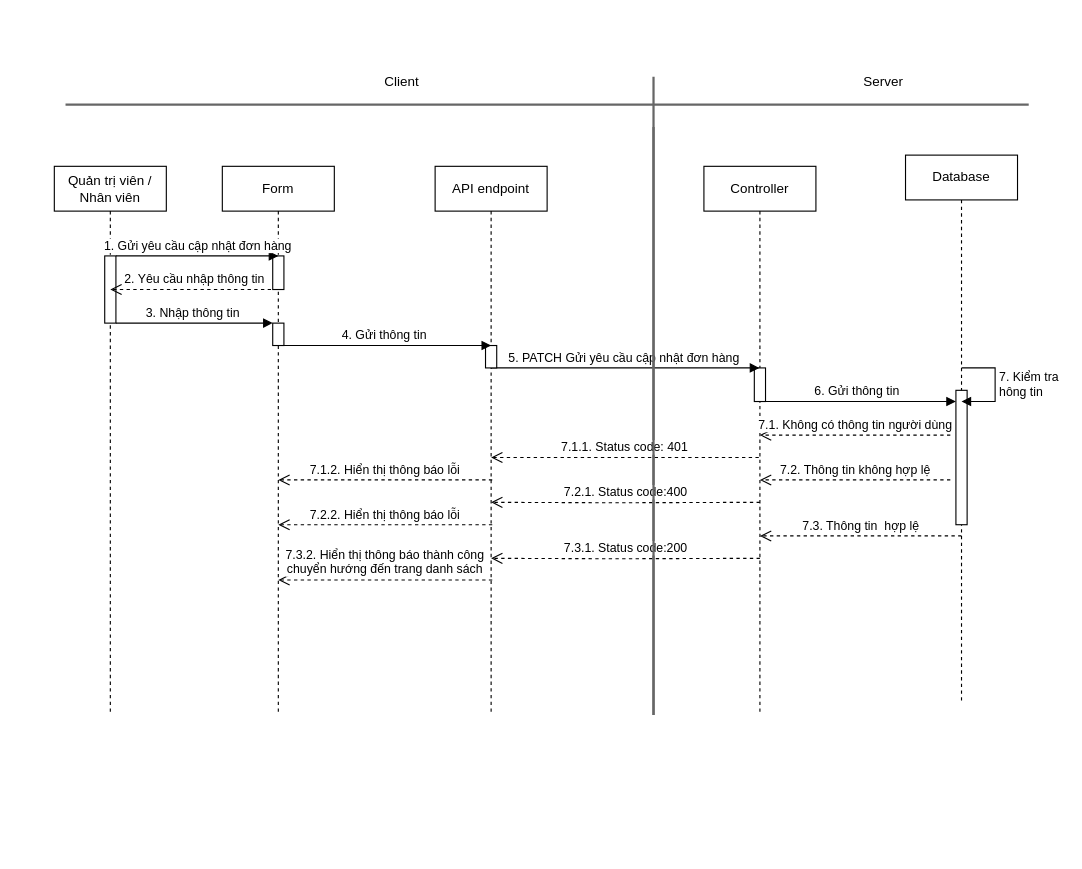
Above: page "Page-1" (1 of 4) of SD/SD_QUANLYDONHANG.drawio in hieuNV0871/da (draw.io), before the change. Source tidied: cells renumbered, new cells numbered last; positions are measured from the earlier drawing's top-left corner, leaving out a move shared by most shapes. Both pictures are drawn from the tidied source at 112%, with x=0, y=0 at pixel (54, 65).
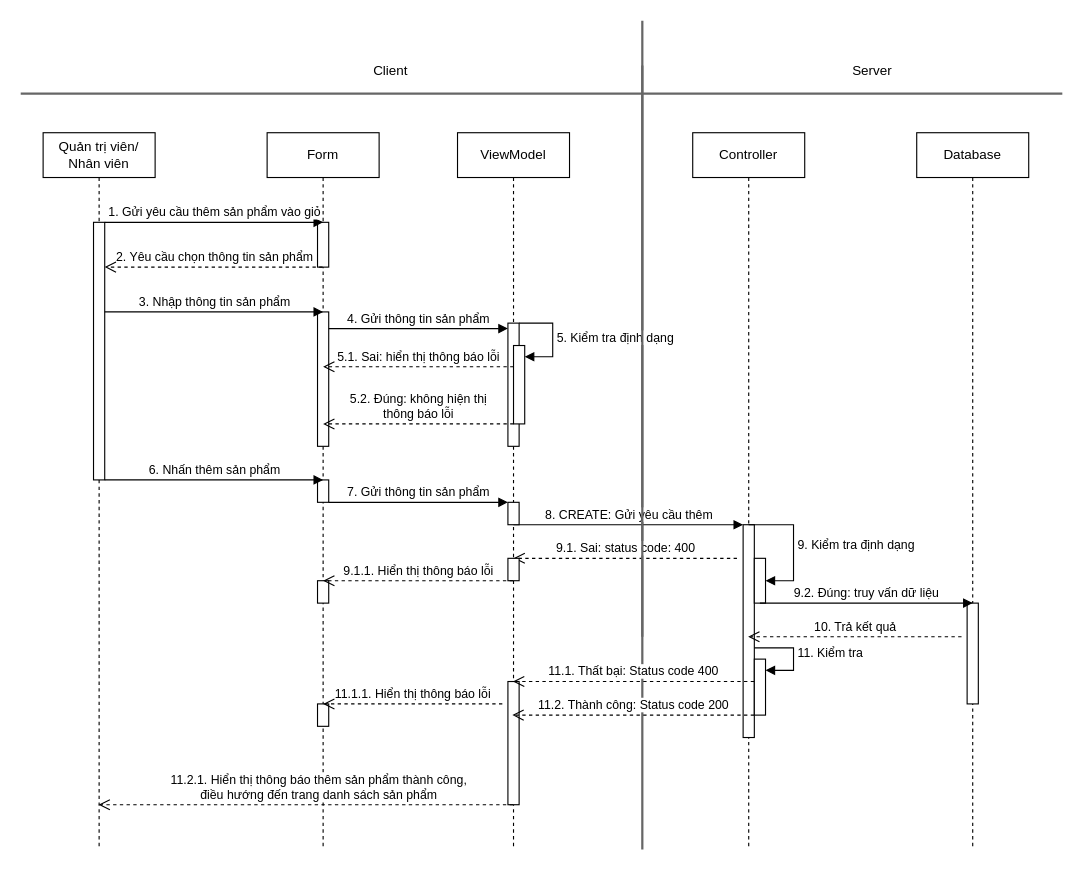
The same diagram, later.

What changed in the source:
```diff
@@
-    <mxCell id="2" value="Quản trị viên / Nhân viên" style="shape=umlLifeline;perimeter=lifelinePerimeter;whiteSpace=wrap;html=1;newEdgeStyle={&quot;curved&quot;:0,&quot;rounded&quot;:0};" parent="1" vertex="1">
-      <mxGeometry y="90" width="100" height="490" as="geometry" />
-    </mxCell>
-    <mxCell id="3" style="html=1;points=[[0,0,0,0,5],[0,1,0,0,-5],[1,0,0,0,5],[1,1,0,0,-5]];perimeter=orthogonalPerimeter;outlineConnect=0;targetShapes=umlLifeline;portConstraint=eastwest;newEdgeStyle={&quot;curved&quot;:0,&quot;rounded&quot;:0};" parent="2" vertex="1">
-      <mxGeometry x="45" y="80" width="10" height="60" as="geometry" />
-    </mxCell>
+    <mxCell id="34" style="line;strokeWidth=2;direction=south;html=1;fillColor=#f5f5f5;fontColor=#333333;strokeColor=#666666;" parent="1" vertex="1">
+      <mxGeometry x="520" y="-40" width="10" height="550" as="geometry" />
+    </mxCell>
+    <mxCell id="35" value="Quản trị viên/ Nhân viên" style="shape=umlLifeline;perimeter=lifelinePerimeter;whiteSpace=wrap;html=1;outlineConnect=0;portConstraint=eastwest;newEdgeStyle={&quot;curved&quot;:0,&quot;rounded&quot;:0};" parent="1" vertex="1">
+      <mxGeometry x="-10" y="60" width="100" height="640" as="geometry" />
+    </mxCell>
+    <mxCell id="36" style="html=1;points=[[0,0,0,0,5],[0,1,0,0,-5],[1,0,0,0,5],[1,1,0,0,-5]];perimeter=orthogonalPerimeter;outlineConnect=0;targetShapes=umlLifeline;portConstraint=eastwest;newEdgeStyle={&quot;curved&quot;:0,&quot;rounded&quot;:0};" parent="35" vertex="1">
+      <mxGeometry x="45" y="80" width="10" height="230" as="geometry" />
+    </mxCell>
     <mxCell id="4" value="Form" style="shape=umlLifeline;perimeter=lifelinePerimeter;whiteSpace=wrap;html=1;outlineConnect=0;portConstraint=eastwest;newEdgeStyle={&quot;curved&quot;:0,&quot;rounded&quot;:0};" parent="1" vertex="1">
-      <mxGeometry x="150" y="90" width="100" height="490" as="geometry" />
+      <mxGeometry x="190" y="60" width="100" height="640" as="geometry" />
     </mxCell>
-    <mxCell id="5" style="html=1;perimeter=orthogonalPerimeter;targetShapes=umlLifeline;newEdgeStyle={&quot;curved&quot;:0,&quot;rounded&quot;:0};" parent="4" vertex="1">
-      <mxGeometry x="45" y="80" width="10" height="30" as="geometry" />
-    </mxCell>
-    <mxCell id="6" style="html=1;points=[[0,0,0,0,5],[0,1,0,0,-5],[1,0,0,0,5],[1,1,0,0,-5]];perimeter=orthogonalPerimeter;outlineConnect=0;targetShapes=umlLifeline;portConstraint=eastwest;newEdgeStyle={&quot;curved&quot;:0,&quot;rounded&quot;:0};" parent="4" vertex="1">
-      <mxGeometry x="45" y="140" width="10" height="20" as="geometry" />
-    </mxCell>
+    <mxCell id="37" style="html=1;perimeter=orthogonalPerimeter;targetShapes=umlLifeline;newEdgeStyle={&quot;curved&quot;:0,&quot;rounded&quot;:0};" parent="4" vertex="1">
+      <mxGeometry x="45" y="80" width="10" height="40" as="geometry" />
+    </mxCell>
+    <mxCell id="38" style="html=1;points=[[0,0,0,0,5],[0,1,0,0,-5],[1,0,0,0,5],[1,1,0,0,-5]];perimeter=orthogonalPerimeter;outlineConnect=0;targetShapes=umlLifeline;portConstraint=eastwest;newEdgeStyle={&quot;curved&quot;:0,&quot;rounded&quot;:0};" parent="4" vertex="1">
+      <mxGeometry x="45" y="160" width="10" height="120" as="geometry" />
+    </mxCell>
+    <mxCell id="39" style="html=1;perimeter=orthogonalPerimeter;targetShapes=umlLifeline;newEdgeStyle={&quot;curved&quot;:0,&quot;rounded&quot;:0};" parent="4" vertex="1">
+      <mxGeometry x="45" y="310" width="10" height="20" as="geometry" />
+    </mxCell>
+    <mxCell id="40" style="html=1;perimeter=orthogonalPerimeter;targetShapes=umlLifeline;newEdgeStyle={&quot;curved&quot;:0,&quot;rounded&quot;:0};" parent="4" vertex="1">
+      <mxGeometry x="45" y="400" width="10" height="20" as="geometry" />
+    </mxCell>
+    <mxCell id="41" style="html=1;perimeter=orthogonalPerimeter;targetShapes=umlLifeline;newEdgeStyle={&quot;curved&quot;:0,&quot;rounded&quot;:0};" parent="4" vertex="1">
+      <mxGeometry x="45" y="510" width="10" height="20" as="geometry" />
+    </mxCell>
     <mxCell id="7" value="Controller" style="shape=umlLifeline;perimeter=lifelinePerimeter;whiteSpace=wrap;html=1;outlineConnect=0;portConstraint=eastwest;newEdgeStyle={&quot;curved&quot;:0,&quot;rounded&quot;:0};" parent="1" vertex="1">
-      <mxGeometry x="580" y="90" width="100" height="490" as="geometry" />
+      <mxGeometry x="570" y="60" width="100" height="640" as="geometry" />
     </mxCell>
-    <mxCell id="8" style="html=1;perimeter=orthogonalPerimeter;targetShapes=umlLifeline;newEdgeStyle={&quot;curved&quot;:0,&quot;rounded&quot;:0};" parent="7" vertex="1">
-      <mxGeometry x="45" y="180" width="10" height="30" as="geometry" />
-    </mxCell>
-    <mxCell id="9" value="2. Yêu cầu nhập thông tin" style="html=1;verticalAlign=bottom;endArrow=open;dashed=1;endSize=8;curved=0;rounded=0;" parent="1" edge="1">
-      <mxGeometry relative="1" as="geometry">
-        <mxPoint x="199.5" y="200" as="sourcePoint" />
-        <mxPoint x="50" y="200" as="targetPoint" />
-        <Array as="points">
-          <mxPoint x="100" y="200" />
-        </Array>
-      </mxGeometry>
-    </mxCell>
-    <mxCell id="10" value="3. Nhập thông tin&amp;nbsp;" style="html=1;verticalAlign=bottom;endArrow=block;curved=0;rounded=0;" parent="1" edge="1" source="3" target="6">
-      <mxGeometry relative="1" as="geometry" />
-    </mxCell>
-    <mxCell id="11" value="1. Gửi yêu cầu cập nhật đơn hàng" style="html=1;verticalAlign=bottom;endArrow=block;curved=0;rounded=0;" parent="1" edge="1" source="3">
-      <mxGeometry relative="1" as="geometry">
-        <mxPoint x="200" y="170" as="targetPoint" />
-      </mxGeometry>
-    </mxCell>
-    <mxCell id="12" value="5. PATCH Gửi yêu cầu cập nhật đơn hàng&amp;nbsp;" style="html=1;verticalAlign=bottom;endArrow=block;curved=0;rounded=0;" parent="1" edge="1" target="7">
-      <mxGeometry relative="1" as="geometry">
-        <mxPoint x="390" y="270" as="sourcePoint" />
-      </mxGeometry>
-    </mxCell>
+    <mxCell id="42" style="html=1;points=[[0,0,0,0,5],[0,1,0,0,-5],[1,0,0,0,5],[1,1,0,0,-5]];perimeter=orthogonalPerimeter;outlineConnect=0;targetShapes=umlLifeline;portConstraint=eastwest;newEdgeStyle={&quot;curved&quot;:0,&quot;rounded&quot;:0};" parent="7" vertex="1">
+      <mxGeometry x="45" y="350" width="10" height="190" as="geometry" />
+    </mxCell>
+    <mxCell id="43" value="9. Kiểm tra định dạng" style="html=1;align=left;spacingLeft=2;endArrow=block;rounded=0;edgeStyle=orthogonalEdgeStyle;curved=0;rounded=0;exitX=0.5;exitY=0;exitDx=0;exitDy=0;exitPerimeter=0;" parent="7" edge="1" source="42" target="44">
+      <mxGeometry relative="1" as="geometry">
+        <Array as="points">
+          <mxPoint x="90" y="350" />
+          <mxPoint x="90" y="400" />
+        </Array>
+      </mxGeometry>
+    </mxCell>
+    <mxCell id="44" style="html=1;points=[[0,0,0,0,5],[0,1,0,0,-5],[1,0,0,0,5],[1,1,0,0,-5]];perimeter=orthogonalPerimeter;outlineConnect=0;targetShapes=umlLifeline;portConstraint=eastwest;newEdgeStyle={&quot;curved&quot;:0,&quot;rounded&quot;:0};" parent="7" vertex="1">
+      <mxGeometry x="55" y="380" width="10" height="40" as="geometry" />
+    </mxCell>
+    <mxCell id="45" style="html=1;points=[[0,0,0,0,5],[0,1,0,0,-5],[1,0,0,0,5],[1,1,0,0,-5]];perimeter=orthogonalPerimeter;outlineConnect=0;targetShapes=umlLifeline;portConstraint=eastwest;newEdgeStyle={&quot;curved&quot;:0,&quot;rounded&quot;:0};" parent="7" vertex="1">
+      <mxGeometry x="55" y="470" width="10" height="50" as="geometry" />
+    </mxCell>
+    <mxCell id="46" value="11. Kiểm tra" style="html=1;align=left;spacingLeft=2;endArrow=block;rounded=0;edgeStyle=orthogonalEdgeStyle;curved=0;rounded=0;" parent="7" edge="1" target="45">
+      <mxGeometry relative="1" as="geometry">
+        <mxPoint x="55" y="460" as="sourcePoint" />
+        <Array as="points">
+          <mxPoint x="90" y="460" />
+          <mxPoint x="90" y="480" />
+        </Array>
+      </mxGeometry>
+    </mxCell>
+    <mxCell id="47" value="2. Yêu cầu chọn thông tin sản phẩm" style="html=1;verticalAlign=bottom;endArrow=open;dashed=1;endSize=8;curved=0;rounded=0;" parent="1" edge="1" source="4" target="36">
+      <mxGeometry relative="1" as="geometry">
+        <Array as="points">
+          <mxPoint x="120" y="180" />
+        </Array>
+      </mxGeometry>
+    </mxCell>
+    <mxCell id="48" value="3. Nhập thông tin sản phẩm" style="html=1;verticalAlign=bottom;endArrow=block;curved=0;rounded=0;" parent="1" edge="1" source="36">
+      <mxGeometry relative="1" as="geometry">
+        <mxPoint x="240" y="220" as="targetPoint" />
+      </mxGeometry>
+    </mxCell>
+    <mxCell id="49" value="1. Gửi yêu cầu thêm sản phẩm vào giỏ" style="html=1;verticalAlign=bottom;endArrow=block;curved=0;rounded=0;" parent="1" edge="1">
+      <mxGeometry relative="1" as="geometry">
+        <mxPoint x="45" y="140" as="sourcePoint" />
+        <mxPoint x="240" y="140" as="targetPoint" />
+      </mxGeometry>
+    </mxCell>
+    <mxCell id="50" value="8. CREATE: Gửi yêu cầu thêm" style="html=1;verticalAlign=bottom;endArrow=block;curved=0;rounded=0;" parent="1" edge="1">
+      <mxGeometry relative="1" as="geometry">
+        <mxPoint x="410" y="410" as="sourcePoint" />
+        <mxPoint x="615" y="410" as="targetPoint" />
+      </mxGeometry>
+    </mxCell>
+    <mxCell id="51" value="9.1. Sai: status code: 400" style="html=1;verticalAlign=bottom;endArrow=open;dashed=1;endSize=8;curved=0;rounded=0;" parent="1" edge="1">
+      <mxGeometry relative="1" as="geometry">
+        <mxPoint x="609.5" y="440" as="sourcePoint" />
+        <mxPoint x="410" y="440" as="targetPoint" />
+        <Array as="points">
+          <mxPoint x="485" y="440" />
+        </Array>
+      </mxGeometry>
+    </mxCell>
     <mxCell id="13" value="Database" style="shape=umlLifeline;perimeter=lifelinePerimeter;whiteSpace=wrap;html=1;newEdgeStyle={&quot;curved&quot;:0,&quot;rounded&quot;:0};" parent="1" vertex="1">
-      <mxGeometry x="760" y="80" width="100" height="490" as="geometry" />
+      <mxGeometry x="770" y="60" width="100" height="640" as="geometry" />
     </mxCell>
-    <mxCell id="14" style="html=1;points=[[0,0,0,0,5],[0,1,0,0,-5],[1,0,0,0,5],[1,1,0,0,-5]];perimeter=orthogonalPerimeter;outlineConnect=0;targetShapes=umlLifeline;portConstraint=eastwest;newEdgeStyle={&quot;curved&quot;:0,&quot;rounded&quot;:0};" parent="13" vertex="1">
-      <mxGeometry x="45" y="210" width="10" height="120" as="geometry" />
-    </mxCell>
-    <mxCell id="15" style="line;strokeWidth=2;html=1;fillColor=#f5f5f5;fontColor=#333333;strokeColor=#666666;" parent="1" vertex="1">
-      <mxGeometry x="10" y="30" width="860" height="10" as="geometry" />
-    </mxCell>
+    <mxCell id="52" style="html=1;perimeter=orthogonalPerimeter;targetShapes=umlLifeline;newEdgeStyle={&quot;curved&quot;:0,&quot;rounded&quot;:0};" parent="13" vertex="1">
+      <mxGeometry x="45" y="420" width="10" height="90" as="geometry" />
+    </mxCell>
+    <mxCell id="53" style="line;strokeWidth=2;html=1;fillColor=#f5f5f5;fontColor=#333333;strokeColor=#666666;" parent="1" vertex="1">
+      <mxGeometry x="-30" y="20" width="930" height="10" as="geometry" />
+    </mxCell>
     <mxCell id="16" value="Server" style="text;html=1;align=center;verticalAlign=middle;strokeColor=none;fillColor=none;" parent="1" vertex="1">
-      <mxGeometry x="710" width="60" height="30" as="geometry" />
+      <mxGeometry x="700" y="-10" width="60" height="30" as="geometry" />
     </mxCell>
     <mxCell id="17" value="Client" style="text;html=1;align=center;verticalAlign=middle;strokeColor=none;fillColor=none;" parent="1" vertex="1">
-      <mxGeometry x="285" width="50" height="30" as="geometry" />
+      <mxGeometry x="275" y="-10" width="50" height="30" as="geometry" />
     </mxCell>
-    <mxCell id="18" style="line;strokeWidth=2;direction=south;html=1;fillColor=#f5f5f5;fontColor=#333333;strokeColor=#666666;" parent="1" vertex="1">
-      <mxGeometry x="530" y="10" width="10" height="570" as="geometry" />
-    </mxCell>
-    <mxCell id="19" value="API endpoint" style="shape=umlLifeline;perimeter=lifelinePerimeter;whiteSpace=wrap;html=1;newEdgeStyle={&quot;curved&quot;:0,&quot;rounded&quot;:0};" parent="1" vertex="1">
-      <mxGeometry x="340" y="90" width="100" height="490" as="geometry" />
-    </mxCell>
-    <mxCell id="20" style="html=1;perimeter=orthogonalPerimeter;targetShapes=umlLifeline;newEdgeStyle={&quot;curved&quot;:0,&quot;rounded&quot;:0};" parent="19" vertex="1">
-      <mxGeometry x="45" y="160" width="10" height="20" as="geometry" />
-    </mxCell>
-    <mxCell id="21" value="4. Gửi thông tin&amp;nbsp;" style="html=1;verticalAlign=bottom;endArrow=block;curved=0;rounded=0;" parent="1" edge="1">
-      <mxGeometry relative="1" as="geometry">
-        <mxPoint x="200.5" y="250" as="sourcePoint" />
-        <mxPoint x="390" y="250" as="targetPoint" />
-      </mxGeometry>
-    </mxCell>
-    <mxCell id="22" value="7. Kiểm tra &lt;br&gt;hông tin" style="html=1;align=left;spacingLeft=2;endArrow=block;rounded=0;edgeStyle=orthogonalEdgeStyle;curved=0;rounded=0;" parent="1" edge="1">
-      <mxGeometry relative="1" as="geometry">
-        <mxPoint x="810" y="270" as="sourcePoint" />
-        <mxPoint x="810" y="300" as="targetPoint" />
-        <Array as="points">
-          <mxPoint x="840" y="300" />
-        </Array>
-      </mxGeometry>
-    </mxCell>
-    <mxCell id="23" value="6. Gửi thông tin&amp;nbsp;" style="html=1;verticalAlign=bottom;endArrow=block;curved=0;rounded=0;" parent="1" edge="1" target="14">
-      <mxGeometry relative="1" as="geometry">
-        <mxPoint x="630" y="300" as="sourcePoint" />
-      </mxGeometry>
-    </mxCell>
-    <mxCell id="24" value="7.1. Không có thông tin người dùng" style="html=1;verticalAlign=bottom;endArrow=open;dashed=1;endSize=8;curved=0;rounded=0;" parent="1" edge="1">
-      <mxGeometry relative="1" as="geometry">
-        <mxPoint x="800" y="330" as="sourcePoint" />
-        <mxPoint x="630" y="330" as="targetPoint" />
-        <Array as="points">
-          <mxPoint x="665.5" y="330" />
-        </Array>
-      </mxGeometry>
-    </mxCell>
-    <mxCell id="25" value="7.2. Thông tin không hợp lệ" style="html=1;verticalAlign=bottom;endArrow=open;dashed=1;endSize=8;curved=0;rounded=0;" parent="1" edge="1">
-      <mxGeometry relative="1" as="geometry">
-        <mxPoint x="800" y="370" as="sourcePoint" />
-        <mxPoint x="630" y="370" as="targetPoint" />
-      </mxGeometry>
-    </mxCell>
-    <mxCell id="26" value="7.1.1. Status code: 401" style="html=1;verticalAlign=bottom;endArrow=open;dashed=1;endSize=8;curved=0;rounded=0;" parent="1" edge="1">
-      <mxGeometry relative="1" as="geometry">
-        <mxPoint x="629" y="350" as="sourcePoint" />
-        <mxPoint x="390" y="350" as="targetPoint" />
-        <Array as="points">
-          <mxPoint x="490.5" y="350" />
-        </Array>
-      </mxGeometry>
-    </mxCell>
-    <mxCell id="27" value="7.2.1. Status code:400" style="html=1;verticalAlign=bottom;endArrow=open;dashed=1;endSize=8;curved=0;rounded=0;" parent="1" edge="1">
-      <mxGeometry relative="1" as="geometry">
-        <mxPoint x="630" y="390" as="sourcePoint" />
-        <mxPoint x="390" y="390" as="targetPoint" />
-        <Array as="points">
-          <mxPoint x="500.5" y="390.4" />
-        </Array>
-      </mxGeometry>
-    </mxCell>
-    <mxCell id="28" value="7.1.2. Hiển thị thông báo lỗi" style="html=1;verticalAlign=bottom;endArrow=open;dashed=1;endSize=8;curved=0;rounded=0;" parent="1" edge="1">
-      <mxGeometry relative="1" as="geometry">
-        <mxPoint x="391" y="370" as="sourcePoint" />
-        <mxPoint x="200" y="370" as="targetPoint" />
-      </mxGeometry>
-    </mxCell>
-    <mxCell id="29" value="7.3. Thông tin&amp;nbsp; hợp lệ" style="html=1;verticalAlign=bottom;endArrow=open;dashed=1;endSize=8;curved=0;rounded=0;" parent="1" edge="1">
-      <mxGeometry relative="1" as="geometry">
-        <mxPoint x="810" y="420" as="sourcePoint" />
-        <mxPoint x="630" y="420" as="targetPoint" />
-      </mxGeometry>
-    </mxCell>
-    <mxCell id="30" value="7.3.1. Status code:200" style="html=1;verticalAlign=bottom;endArrow=open;dashed=1;endSize=8;curved=0;rounded=0;" parent="1" edge="1">
-      <mxGeometry relative="1" as="geometry">
-        <mxPoint x="630" y="440" as="sourcePoint" />
-        <mxPoint x="390" y="440" as="targetPoint" />
-        <Array as="points">
-          <mxPoint x="500.5" y="440.4" />
-        </Array>
-      </mxGeometry>
-    </mxCell>
-    <mxCell id="31" style="line;strokeWidth=2;direction=south;html=1;fillColor=#f5f5f5;fontColor=#333333;strokeColor=#666666;" parent="1" vertex="1">
-      <mxGeometry x="530" y="55" width="10" height="525" as="geometry" />
-    </mxCell>
-    <mxCell id="32" value="7.2.2. Hiển thị thông báo lỗi" style="html=1;verticalAlign=bottom;endArrow=open;dashed=1;endSize=8;curved=0;rounded=0;" parent="1" edge="1">
-      <mxGeometry relative="1" as="geometry">
-        <mxPoint x="391" y="410" as="sourcePoint" />
-        <mxPoint x="200" y="410" as="targetPoint" />
-      </mxGeometry>
-    </mxCell>
-    <mxCell id="33" value="7.3.2. Hiển thị thông báo thành công&lt;br&gt;chuyển hướng đến trang danh sách" style="html=1;verticalAlign=bottom;endArrow=open;dashed=1;endSize=8;curved=0;rounded=0;" parent="1" edge="1">
-      <mxGeometry relative="1" as="geometry">
-        <mxPoint x="391" y="459.4" as="sourcePoint" />
-        <mxPoint x="200" y="459.4" as="targetPoint" />
-      </mxGeometry>
-    </mxCell>
+    <mxCell id="54" value="ViewModel" style="shape=umlLifeline;perimeter=lifelinePerimeter;whiteSpace=wrap;html=1;outlineConnect=0;portConstraint=eastwest;newEdgeStyle={&quot;curved&quot;:0,&quot;rounded&quot;:0};" parent="1" vertex="1">
+      <mxGeometry x="360" y="60" width="100" height="640" as="geometry" />
+    </mxCell>
+    <mxCell id="55" style="html=1;perimeter=orthogonalPerimeter;targetShapes=umlLifeline;newEdgeStyle={&quot;curved&quot;:0,&quot;rounded&quot;:0};" parent="54" vertex="1">
+      <mxGeometry x="45" y="170" width="10" height="110" as="geometry" />
+    </mxCell>
+    <mxCell id="56" value="5. Kiểm tra định dạng" style="html=1;align=left;spacingLeft=2;endArrow=block;rounded=0;edgeStyle=orthogonalEdgeStyle;curved=0;rounded=0;" parent="54" edge="1" target="57">
+      <mxGeometry relative="1" as="geometry">
+        <mxPoint x="55" y="170" as="sourcePoint" />
+        <Array as="points">
+          <mxPoint x="85" y="200" />
+        </Array>
+      </mxGeometry>
+    </mxCell>
+    <mxCell id="57" style="html=1;points=[[0,0,0,0,5],[0,1,0,0,-5],[1,0,0,0,5],[1,1,0,0,-5]];perimeter=orthogonalPerimeter;outlineConnect=0;targetShapes=umlLifeline;portConstraint=eastwest;newEdgeStyle={&quot;curved&quot;:0,&quot;rounded&quot;:0};" parent="54" vertex="1">
+      <mxGeometry x="50" y="190" width="10" height="70" as="geometry" />
+    </mxCell>
+    <mxCell id="58" style="html=1;perimeter=orthogonalPerimeter;targetShapes=umlLifeline;newEdgeStyle={&quot;curved&quot;:0,&quot;rounded&quot;:0};" parent="54" vertex="1">
+      <mxGeometry x="45" y="330" width="10" height="20" as="geometry" />
+    </mxCell>
+    <mxCell id="59" style="html=1;perimeter=orthogonalPerimeter;targetShapes=umlLifeline;newEdgeStyle={&quot;curved&quot;:0,&quot;rounded&quot;:0};" parent="54" vertex="1">
+      <mxGeometry x="45" y="380" width="10" height="20" as="geometry" />
+    </mxCell>
+    <mxCell id="60" style="html=1;perimeter=orthogonalPerimeter;targetShapes=umlLifeline;newEdgeStyle={&quot;curved&quot;:0,&quot;rounded&quot;:0};" parent="54" vertex="1">
+      <mxGeometry x="45" y="490" width="10" height="110" as="geometry" />
+    </mxCell>
+    <mxCell id="61" value="4. Gửi thông tin sản phẩm" style="html=1;verticalAlign=bottom;endArrow=block;curved=0;rounded=0;" parent="1" edge="1" source="38">
+      <mxGeometry relative="1" as="geometry">
+        <mxPoint x="405" y="234.9" as="targetPoint" />
+      </mxGeometry>
+    </mxCell>
+    <mxCell id="62" style="line;strokeWidth=2;direction=south;html=1;fillColor=#f5f5f5;fontColor=#333333;strokeColor=#666666;" parent="1" vertex="1">
+      <mxGeometry x="520" width="10" height="700" as="geometry" />
+    </mxCell>
+    <mxCell id="63" value="11.2.1. Hiển thị thông báo thêm sản phẩm thành công,&lt;br&gt;điều hướng đến trang danh sách sản phẩm" style="html=1;verticalAlign=bottom;endArrow=open;dashed=1;endSize=8;curved=0;rounded=0;" parent="1" edge="1" source="54" target="35">
+      <mxGeometry x="-0.06" relative="1" as="geometry">
+        <Array as="points">
+          <mxPoint x="267.5" y="660" />
+        </Array>
+      </mxGeometry>
+    </mxCell>
+    <mxCell id="64" value="5.1. Sai: hiển thị thông báo lỗi" style="html=1;verticalAlign=bottom;endArrow=open;dashed=1;endSize=8;curved=0;rounded=0;" parent="1" edge="1" source="57">
+      <mxGeometry relative="1" as="geometry">
+        <mxPoint x="240" y="269" as="targetPoint" />
+      </mxGeometry>
+    </mxCell>
+    <mxCell id="65" value="5.2. Đúng: không hiện thị &lt;br&gt;thông báo lỗi" style="html=1;verticalAlign=bottom;endArrow=open;dashed=1;endSize=8;curved=0;rounded=0;" parent="1" edge="1">
+      <mxGeometry relative="1" as="geometry">
+        <mxPoint x="410" y="320" as="sourcePoint" />
+        <mxPoint x="240" y="320" as="targetPoint" />
+      </mxGeometry>
+    </mxCell>
+    <mxCell id="66" value="6. Nhấn thêm sản phẩm" style="html=1;verticalAlign=bottom;endArrow=block;curved=0;rounded=0;" parent="1" edge="1">
+      <mxGeometry relative="1" as="geometry">
+        <mxPoint x="45" y="370" as="sourcePoint" />
+        <mxPoint x="240" y="370" as="targetPoint" />
+      </mxGeometry>
+    </mxCell>
+    <mxCell id="67" value="7. Gửi thông tin sản phẩm" style="html=1;verticalAlign=bottom;endArrow=block;curved=0;rounded=0;" parent="1" edge="1">
+      <mxGeometry relative="1" as="geometry">
+        <mxPoint x="245" y="390.1" as="sourcePoint" />
+        <mxPoint x="405" y="390" as="targetPoint" />
+      </mxGeometry>
+    </mxCell>
+    <mxCell id="68" value="9.1.1. Hiển thị thông báo lỗi" style="html=1;verticalAlign=bottom;endArrow=open;dashed=1;endSize=8;curved=0;rounded=0;" parent="1" edge="1">
+      <mxGeometry relative="1" as="geometry">
+        <mxPoint x="409.5" y="460" as="sourcePoint" />
+        <mxPoint x="240" y="460" as="targetPoint" />
+        <Array as="points">
+          <mxPoint x="285" y="460" />
+        </Array>
+      </mxGeometry>
+    </mxCell>
+    <mxCell id="69" value="9.2. Đúng: truy vấn dữ liệu" style="html=1;verticalAlign=bottom;endArrow=block;curved=0;rounded=0;" parent="1" edge="1">
+      <mxGeometry relative="1" as="geometry">
+        <mxPoint x="630" y="480" as="sourcePoint" />
+        <mxPoint x="820" y="480" as="targetPoint" />
+      </mxGeometry>
+    </mxCell>
+    <mxCell id="70" value="10. Trả kết quả" style="html=1;verticalAlign=bottom;endArrow=open;dashed=1;endSize=8;curved=0;rounded=0;" parent="1" edge="1" target="7">
+      <mxGeometry relative="1" as="geometry">
+        <mxPoint x="810" y="510" as="sourcePoint" />
+      </mxGeometry>
+    </mxCell>
+    <mxCell id="71" value="11.1. Thất bại: Status code 400" style="html=1;verticalAlign=bottom;endArrow=open;dashed=1;endSize=8;curved=0;rounded=0;" parent="1" edge="1" target="54">
+      <mxGeometry relative="1" as="geometry">
+        <mxPoint x="624.8" y="550" as="sourcePoint" />
+      </mxGeometry>
+    </mxCell>
+    <mxCell id="72" value="11.2. Thành công: Status code 200" style="html=1;verticalAlign=bottom;endArrow=open;dashed=1;endSize=8;curved=0;rounded=0;" parent="1" edge="1">
+      <mxGeometry relative="1" as="geometry">
+        <mxPoint x="624.8" y="580" as="sourcePoint" />
+        <mxPoint x="409" y="580" as="targetPoint" />
+      </mxGeometry>
+    </mxCell>
+    <mxCell id="73" value="11.1.1. Hiển thị thông báo lỗi" style="html=1;verticalAlign=bottom;endArrow=open;dashed=1;endSize=8;curved=0;rounded=0;" parent="1" edge="1">
+      <mxGeometry relative="1" as="geometry">
+        <mxPoint x="400" y="570" as="sourcePoint" />
+        <mxPoint x="240" y="570" as="targetPoint" />
+        <Array as="points">
+          <mxPoint x="275" y="570" />
+        </Array>
+      </mxGeometry>
+    </mxCell>
```
